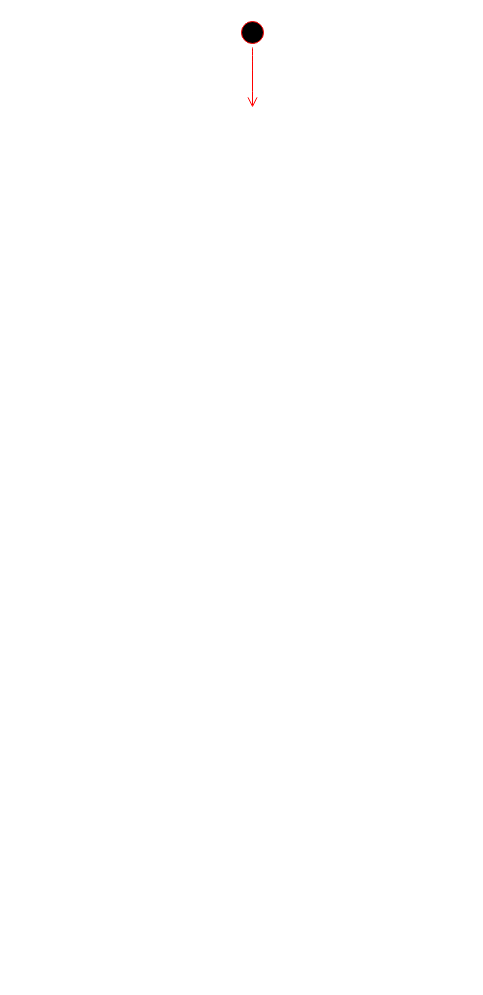
Above: page "Luồng hoạt động" (1 of 2) of change_alarm_severity.drawio in hiep1097/drawio (draw.io), before the change. Source tidied: cells renumbered, new cells numbered last; positions are measured from the earlier drawing's top-left corner, leaving out a move shared by most shapes. Both pictures are drawn from the tidied source at 100%, with x=0, y=0 at pixel (237, 17).
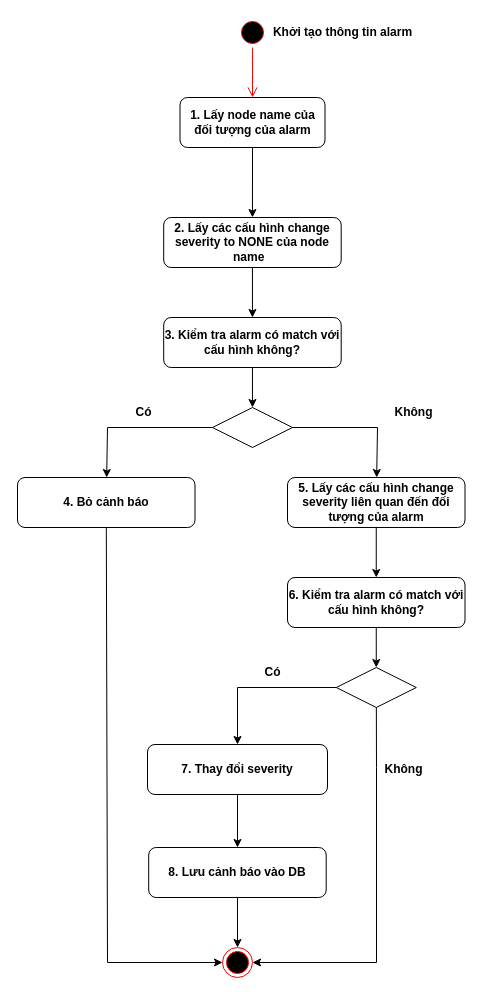
The same page after the edit.

Commit message:
Cập nhật change_alarm_severity.drawio

The edit, as a diff of the source:
```diff
@@
-    <mxCell id="2" style="ellipse;html=1;shape=startState;fillColor=#000000;strokeColor=#ff0000;fontSize=16;" parent="1" vertex="1">
+    <mxCell id="2" style="ellipse;html=1;shape=startState;fillColor=#000000;strokeColor=#ff0000;fontSize=16;fontStyle=1;" parent="1" vertex="1">
       <mxGeometry width="30" height="30" as="geometry" />
     </mxCell>
-    <mxCell id="3" style="edgeStyle=orthogonalEdgeStyle;html=1;verticalAlign=bottom;endArrow=open;endSize=8;strokeColor=#ff0000;rounded=0;fontSize=12;curved=1;" parent="1" edge="1" source="2">
-      <mxGeometry relative="1" as="geometry">
-        <mxPoint x="15" y="90" as="targetPoint" />
-        <Array as="points">
-          <mxPoint x="15" />
-        </Array>
-      </mxGeometry>
+    <mxCell id="3" style="edgeStyle=orthogonalEdgeStyle;html=1;verticalAlign=bottom;endArrow=open;endSize=8;strokeColor=#ff0000;rounded=0;fontSize=12;curved=1;fontStyle=1;" parent="1" edge="1" source="2" target="4">
+      <mxGeometry relative="1" as="geometry" />
     </mxCell>
+    <mxCell id="4" value="1. Lấy node name của đối tượng của alarm" style="rounded=1;whiteSpace=wrap;html=1;fontStyle=1;" parent="1" vertex="1">
+      <mxGeometry x="-57.5" y="80" width="145" height="50" as="geometry" />
+    </mxCell>
+    <mxCell id="5" value="Khởi tạo thông tin alarm" style="text;html=1;align=center;verticalAlign=middle;strokeColor=none;fillColor=none;fontStyle=1;" parent="1" vertex="1">
+      <mxGeometry x="25" width="160" height="30" as="geometry" />
+    </mxCell>
+    <mxCell id="6" style="endArrow=classic;html=1;rounded=0;fontStyle=1;" parent="1" edge="1" source="4" target="7">
+      <mxGeometry relative="1" as="geometry" />
+    </mxCell>
+    <mxCell id="7" value="2. Lấy các cấu hình change severity to NONE của node name&amp;nbsp;&amp;nbsp;" style="rounded=1;whiteSpace=wrap;html=1;fontStyle=1;" parent="1" vertex="1">
+      <mxGeometry x="-73.8" y="200" width="177.5" height="50" as="geometry" />
+    </mxCell>
+    <mxCell id="8" style="endArrow=classic;html=1;rounded=0;fontStyle=1;" parent="1" edge="1" source="7" target="13">
+      <mxGeometry relative="1" as="geometry" />
+    </mxCell>
+    <mxCell id="9" style="rhombus;whiteSpace=wrap;html=1;fontStyle=1;" parent="1" vertex="1">
+      <mxGeometry x="-25" y="390" width="80" height="40" as="geometry" />
+    </mxCell>
+    <mxCell id="10" style="endArrow=classic;html=1;rounded=0;exitX=0;exitY=0.5;exitDx=0;exitDy=0;fontStyle=1;" parent="1" edge="1" source="9" target="11">
+      <mxGeometry relative="1" as="geometry">
+        <Array as="points">
+          <mxPoint x="-130" y="410" />
+        </Array>
+      </mxGeometry>
+    </mxCell>
+    <mxCell id="11" value="4. Bỏ cảnh báo" style="rounded=1;whiteSpace=wrap;html=1;fontStyle=1;" parent="1" vertex="1">
+      <mxGeometry x="-220" y="460" width="177.5" height="50" as="geometry" />
+    </mxCell>
+    <mxCell id="12" value="Có" style="text;html=1;align=center;verticalAlign=middle;strokeColor=none;fillColor=none;fontStyle=1;" parent="1" vertex="1">
+      <mxGeometry x="-113.8" y="380" width="40" height="30" as="geometry" />
+    </mxCell>
+    <mxCell id="13" value="3. Kiểm tra alarm có match với cấu hình không?" style="rounded=1;whiteSpace=wrap;html=1;fontStyle=1;" parent="1" vertex="1">
+      <mxGeometry x="-73.8" y="300" width="177.5" height="50" as="geometry" />
+    </mxCell>
+    <mxCell id="14" style="endArrow=classic;html=1;rounded=0;fontStyle=1;" parent="1" edge="1" source="13" target="9">
+      <mxGeometry relative="1" as="geometry" />
+    </mxCell>
+    <mxCell id="15" style="endArrow=classic;html=1;rounded=0;fontStyle=1;" parent="1" edge="1" source="9" target="16">
+      <mxGeometry relative="1" as="geometry">
+        <Array as="points">
+          <mxPoint x="140" y="410" />
+        </Array>
+      </mxGeometry>
+    </mxCell>
+    <mxCell id="16" value="5. Lấy các cấu hình change severity liên quan đến đối tượng của alarm" style="rounded=1;whiteSpace=wrap;html=1;fontStyle=1;" parent="1" vertex="1">
+      <mxGeometry x="50" y="460" width="177.5" height="50" as="geometry" />
+    </mxCell>
+    <mxCell id="17" value="Không" style="text;html=1;align=center;verticalAlign=middle;strokeColor=none;fillColor=none;fontStyle=1;" parent="1" vertex="1">
+      <mxGeometry x="146.2" y="380" width="60" height="30" as="geometry" />
+    </mxCell>
+    <mxCell id="18" style="ellipse;html=1;shape=endState;fillColor=#000000;strokeColor=#ff0000;fontStyle=1;" parent="1" vertex="1">
+      <mxGeometry x="-15" y="930" width="30" height="30" as="geometry" />
+    </mxCell>
+    <mxCell id="19" style="endArrow=classic;html=1;rounded=0;fontStyle=1;" parent="1" edge="1" source="11" target="18">
+      <mxGeometry relative="1" as="geometry">
+        <Array as="points">
+          <mxPoint x="-130" y="945" />
+        </Array>
+      </mxGeometry>
+    </mxCell>
+    <mxCell id="20" value="6. Kiểm tra alarm có match với cấu hình không?" style="rounded=1;whiteSpace=wrap;html=1;fontStyle=1;" parent="1" vertex="1">
+      <mxGeometry x="50" y="560" width="177.5" height="50" as="geometry" />
+    </mxCell>
+    <mxCell id="21" style="endArrow=classic;html=1;rounded=0;fontStyle=1;" parent="1" edge="1" source="16" target="20">
+      <mxGeometry relative="1" as="geometry" />
+    </mxCell>
+    <mxCell id="22" style="rhombus;whiteSpace=wrap;html=1;fontStyle=1;" parent="1" vertex="1">
+      <mxGeometry x="98.8" y="650" width="80" height="40" as="geometry" />
+    </mxCell>
+    <mxCell id="23" style="endArrow=classic;html=1;rounded=0;exitX=0;exitY=0.5;exitDx=0;exitDy=0;fontStyle=1;" parent="1" edge="1" source="22" target="24">
+      <mxGeometry relative="1" as="geometry">
+        <Array as="points">
+          <mxPoint y="670" />
+        </Array>
+      </mxGeometry>
+    </mxCell>
+    <mxCell id="24" value="7. Thay đổi severity" style="rounded=1;whiteSpace=wrap;html=1;fontStyle=1;" parent="1" vertex="1">
+      <mxGeometry x="-90" y="727" width="180" height="50" as="geometry" />
+    </mxCell>
+    <mxCell id="25" value="Có" style="text;html=1;align=center;verticalAlign=middle;strokeColor=none;fillColor=none;fontStyle=1;" parent="1" vertex="1">
+      <mxGeometry x="15" y="640" width="40" height="30" as="geometry" />
+    </mxCell>
+    <mxCell id="26" style="endArrow=classic;html=1;rounded=0;fontStyle=1;" parent="1" edge="1" source="20" target="22">
+      <mxGeometry relative="1" as="geometry" />
+    </mxCell>
+    <mxCell id="27" style="endArrow=classic;html=1;rounded=0;fontStyle=1;" parent="1" edge="1" source="22" target="18">
+      <mxGeometry relative="1" as="geometry">
+        <Array as="points">
+          <mxPoint x="139" y="750" />
+          <mxPoint x="139" y="945" />
+        </Array>
+      </mxGeometry>
+    </mxCell>
+    <mxCell id="28" value="Không" style="text;html=1;align=center;verticalAlign=middle;strokeColor=none;fillColor=none;fontStyle=1;" parent="1" vertex="1">
+      <mxGeometry x="136" y="737" width="60" height="30" as="geometry" />
+    </mxCell>
+    <mxCell id="29" style="endArrow=classic;html=1;rounded=0;fontStyle=1;" parent="1" edge="1" source="24">
+      <mxGeometry relative="1" as="geometry">
+        <mxPoint y="830" as="targetPoint" />
+      </mxGeometry>
+    </mxCell>
+    <mxCell id="30" value="8. Lưu cảnh báo vào DB" style="rounded=1;whiteSpace=wrap;html=1;fontStyle=1;" parent="1" vertex="1">
+      <mxGeometry x="-88.8" y="830" width="177.5" height="50" as="geometry" />
+    </mxCell>
+    <mxCell id="31" style="endArrow=classic;html=1;rounded=0;fontStyle=1;" parent="1" edge="1" source="30" target="18">
+      <mxGeometry relative="1" as="geometry" />
+    </mxCell>
```
